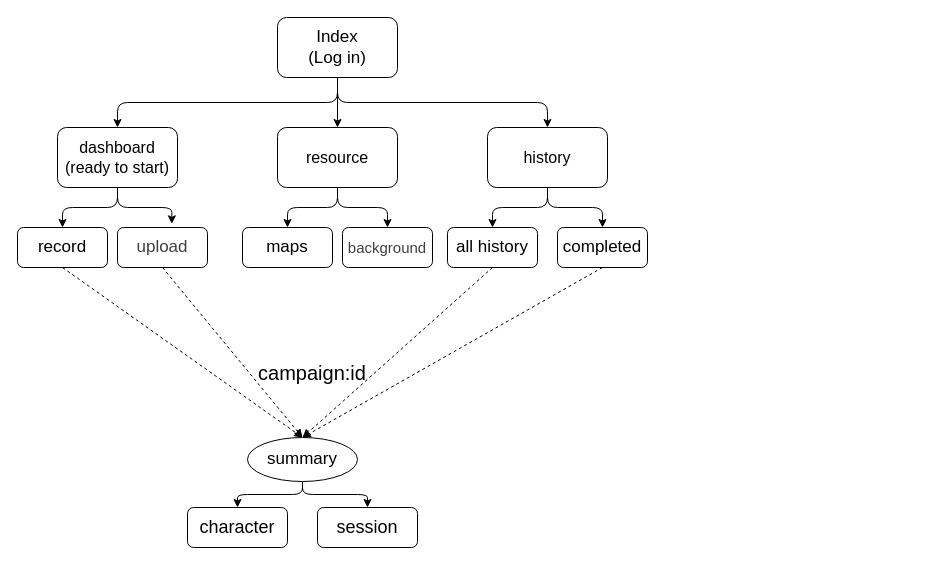
Above: route.drawio in ROSE16111/AI-Dungeon-Master-Memory-Engine (draw.io), before the change. Source tidied: cells renumbered, new cells numbered last; positions are measured from the earlier drawing's top-left corner, leaving out a move shared by most shapes. Both pictures are drawn from the tidied source at 100%, with x=0, y=0 at pixel (17, 17).
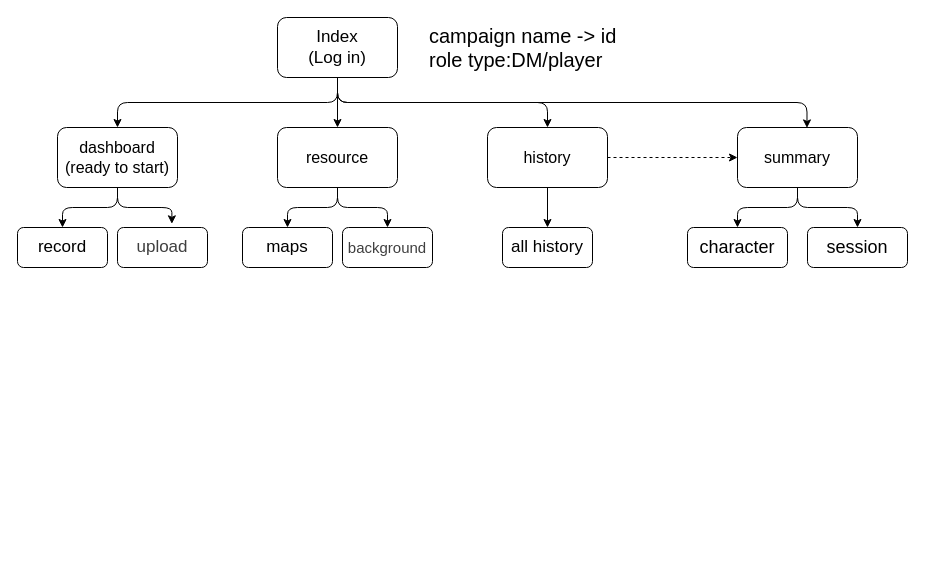
The same page after the edit.

Unchanged cells that the change refers to:
```xml
<mxCell id="5" value="&lt;div&gt;&lt;font style=&quot;font-size: 17px;&quot; color=&quot;#000000&quot;&gt;Index&lt;/font&gt;&lt;/div&gt;&lt;div&gt;&lt;font style=&quot;font-size: 17px;&quot; color=&quot;#000000&quot;&gt;(Log in)&lt;/font&gt;&lt;/div&gt;" style="rounded=1;whiteSpace=wrap;html=1;" parent="1" vertex="1">
  <mxGeometry x="260" width="120" height="60" as="geometry" />
</mxCell>
<mxCell id="9" value="&lt;div&gt;&lt;font style=&quot;font-size: 17px;&quot; color=&quot;#000000&quot;&gt;record&lt;/font&gt;&lt;/div&gt;" style="rounded=1;whiteSpace=wrap;html=1;" parent="1" vertex="1">
  <mxGeometry y="210" width="90" height="40" as="geometry" />
</mxCell>
<mxCell id="11" value="&lt;div&gt;&lt;span style=&quot;color: rgb(63, 63, 63); background-color: transparent;&quot;&gt;&lt;font style=&quot;font-size: 17px;&quot;&gt;upload&lt;/font&gt;&lt;/span&gt;&lt;/div&gt;" style="rounded=1;whiteSpace=wrap;html=1;" parent="1" vertex="1">
  <mxGeometry x="100" y="210" width="90" height="40" as="geometry" />
</mxCell>
<mxCell id="20" value="&lt;font color=&quot;#000000&quot;&gt;&lt;span style=&quot;font-size: 16px;&quot;&gt;history&lt;/span&gt;&lt;/font&gt;" style="rounded=1;whiteSpace=wrap;html=1;" parent="1" vertex="1">
  <mxGeometry x="470" y="110" width="120" height="60" as="geometry" />
</mxCell>
```

Change to the diagram source:
```diff
@@
-    <mxCell id="8" style="edgeStyle=none;html=1;exitX=0.5;exitY=1;exitDx=0;exitDy=0;entryX=0.5;entryY=0;entryDx=0;entryDy=0;dashed=1;" parent="1" edge="1" source="9" target="29">
-      <mxGeometry relative="1" as="geometry" />
-    </mxCell>
@@
-    <mxCell id="10" style="edgeStyle=none;html=1;exitX=0.5;exitY=1;exitDx=0;exitDy=0;entryX=0.5;entryY=0;entryDx=0;entryDy=0;dashed=1;" parent="1" edge="1" source="11" target="29">
-      <mxGeometry relative="1" as="geometry" />
-    </mxCell>
@@
-    <mxCell id="19" style="edgeStyle=orthogonalEdgeStyle;html=1;exitX=0.5;exitY=1;exitDx=0;exitDy=0;entryX=0.5;entryY=0;entryDx=0;entryDy=0;" parent="1" edge="1" source="20" target="24">
-      <mxGeometry relative="1" as="geometry" />
-    </mxCell>
+    <mxCell id="31" style="edgeStyle=none;html=1;exitX=1;exitY=0.5;exitDx=0;exitDy=0;entryX=0;entryY=0.5;entryDx=0;entryDy=0;dashed=1;" parent="1" edge="1" source="20" target="29">
+      <mxGeometry relative="1" as="geometry" />
+    </mxCell>
@@
-    <mxCell id="21" style="edgeStyle=none;html=1;exitX=0.5;exitY=1;exitDx=0;exitDy=0;entryX=0.5;entryY=0;entryDx=0;entryDy=0;dashed=1;" parent="1" edge="1" source="22" target="29">
-      <mxGeometry relative="1" as="geometry" />
-    </mxCell>
     <mxCell id="22" value="&lt;span style=&quot;font-size: 17px;&quot;&gt;all history&lt;/span&gt;" style="rounded=1;whiteSpace=wrap;html=1;" parent="1" vertex="1">
-      <mxGeometry x="430" y="210" width="90" height="40" as="geometry" />
+      <mxGeometry x="485" y="210" width="90" height="40" as="geometry" />
     </mxCell>
-    <mxCell id="23" style="edgeStyle=none;html=1;exitX=0.5;exitY=1;exitDx=0;exitDy=0;entryX=0.5;entryY=0;entryDx=0;entryDy=0;dashed=1;" parent="1" edge="1" source="24" target="29">
-      <mxGeometry relative="1" as="geometry" />
-    </mxCell>
-    <mxCell id="24" value="&lt;span style=&quot;font-size: 17px;&quot;&gt;completed&lt;/span&gt;" style="rounded=1;whiteSpace=wrap;html=1;" parent="1" vertex="1">
-      <mxGeometry x="540" y="210" width="90" height="40" as="geometry" />
-    </mxCell>
     <mxCell id="25" value="&lt;font style=&quot;font-size: 18px;&quot;&gt;session&lt;/font&gt;" style="rounded=1;whiteSpace=wrap;html=1;" parent="1" vertex="1">
-      <mxGeometry x="300" y="490" width="100" height="40" as="geometry" />
+      <mxGeometry x="790" y="210" width="100" height="40" as="geometry" />
     </mxCell>
     <mxCell id="26" value="&lt;font style=&quot;font-size: 18px;&quot;&gt;character&lt;/font&gt;" style="rounded=1;whiteSpace=wrap;html=1;" parent="1" vertex="1">
-      <mxGeometry x="170" y="490" width="100" height="40" as="geometry" />
+      <mxGeometry x="670" y="210" width="100" height="40" as="geometry" />
     </mxCell>
+    <mxCell id="32" value="&lt;font style=&quot;font-size: 20px;&quot;&gt;campaign name -&amp;gt; id&lt;/font&gt;&lt;div&gt;&lt;font style=&quot;font-size: 20px;&quot;&gt;role type:DM/player&lt;/font&gt;&lt;/div&gt;" style="text;strokeColor=none;align=left;fillColor=none;html=1;verticalAlign=middle;whiteSpace=wrap;rounded=0;" parent="1" vertex="1">
+      <mxGeometry x="410" width="230" height="60" as="geometry" />
+    </mxCell>
@@
-    <mxCell id="29" value="&lt;font style=&quot;font-size: 17px;&quot;&gt;summary&lt;/font&gt;" style="ellipse;whiteSpace=wrap;html=1;" parent="1" vertex="1">
-      <mxGeometry x="230" y="420" width="110" height="44" as="geometry" />
+    <mxCell id="29" value="&lt;font color=&quot;#000000&quot;&gt;&lt;span style=&quot;font-size: 16px;&quot;&gt;summary&lt;/span&gt;&lt;/font&gt;" style="rounded=1;whiteSpace=wrap;html=1;" parent="1" vertex="1">
+      <mxGeometry x="720" y="110" width="120" height="60" as="geometry" />
     </mxCell>
-    <mxCell id="30" value="&lt;font style=&quot;font-size: 20px;&quot;&gt;campaign:id&lt;/font&gt;" style="text;strokeColor=none;align=center;fillColor=none;html=1;verticalAlign=middle;whiteSpace=wrap;rounded=0;" parent="1" vertex="1">
-      <mxGeometry x="265" y="340" width="60" height="30" as="geometry" />
-    </mxCell>
+    <mxCell id="33" style="edgeStyle=orthogonalEdgeStyle;html=1;exitX=0.5;exitY=1;exitDx=0;exitDy=0;entryX=0.579;entryY=0.007;entryDx=0;entryDy=0;entryPerimeter=0;" parent="1" edge="1" source="5" target="29">
+      <mxGeometry relative="1" as="geometry" />
+    </mxCell>
```
